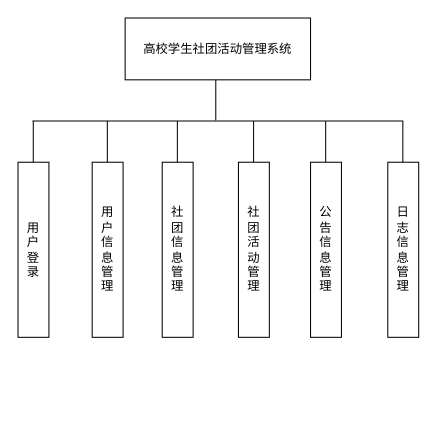
Before: models.drawio in Gonod20s/Voice-Controlled-Robot, a draw.io diagram. Source tidied: cells renumbered, new cells numbered last; positions are measured from the earlier drawing's top-left corner, leaving out a move shared by most shapes. Both pictures are drawn from the tidied source at 103%, with x=0, y=0 at pixel (18, 18).
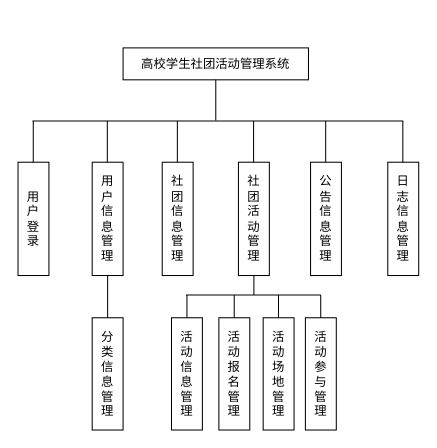
The same diagram, later.

Change to the diagram source:
```diff
@@
     <mxCell id="2" value="高校学生社团活动管理系统" style="rounded=0;whiteSpace=wrap;html=1;" parent="1" vertex="1">
-      <mxGeometry x="104" width="180" height="60" as="geometry" />
+      <mxGeometry x="102" y="29" width="180" height="31" as="geometry" />
     </mxCell>
     <mxCell id="3" value="用&lt;div&gt;户&lt;/div&gt;&lt;div&gt;登&lt;/div&gt;&lt;div&gt;录&lt;/div&gt;" style="rounded=0;whiteSpace=wrap;html=1;" parent="1" vertex="1">
-      <mxGeometry y="140" width="30" height="170" as="geometry" />
+      <mxGeometry y="140" width="30" height="110" as="geometry" />
     </mxCell>
     <mxCell id="4" value="用&lt;div&gt;户&lt;/div&gt;&lt;div&gt;信&lt;/div&gt;&lt;div&gt;息&lt;/div&gt;&lt;div&gt;管&lt;/div&gt;&lt;div&gt;理&lt;/div&gt;" style="rounded=0;whiteSpace=wrap;html=1;" parent="1" vertex="1">
-      <mxGeometry x="72" y="140" width="30" height="170" as="geometry" />
+      <mxGeometry x="72" y="140" width="30" height="110" as="geometry" />
     </mxCell>
     <mxCell id="5" value="&lt;span style=&quot;background-color: transparent;&quot;&gt;社&lt;/span&gt;&lt;div&gt;&lt;span style=&quot;background-color: transparent;&quot;&gt;团&lt;/span&gt;&lt;/div&gt;&lt;div&gt;&lt;span style=&quot;background-color: transparent;&quot;&gt;信&lt;/span&gt;&lt;div&gt;息&lt;/div&gt;&lt;div&gt;管&lt;/div&gt;&lt;div&gt;理&lt;/div&gt;&lt;/div&gt;" style="rounded=0;whiteSpace=wrap;html=1;" parent="1" vertex="1">
-      <mxGeometry x="140" y="140" width="30" height="170" as="geometry" />
+      <mxGeometry x="140" y="140" width="30" height="110" as="geometry" />
     </mxCell>
     <mxCell id="6" value="&lt;span style=&quot;background-color: transparent;&quot;&gt;社&lt;/span&gt;&lt;div&gt;&lt;span style=&quot;background-color: transparent;&quot;&gt;团&lt;/span&gt;&lt;/div&gt;&lt;div&gt;活&lt;/div&gt;&lt;div&gt;动&lt;br&gt;&lt;div&gt;管&lt;/div&gt;&lt;div&gt;理&lt;/div&gt;&lt;/div&gt;" style="rounded=0;whiteSpace=wrap;html=1;" parent="1" vertex="1">
-      <mxGeometry x="214" y="140" width="30" height="170" as="geometry" />
+      <mxGeometry x="214" y="140" width="30" height="110" as="geometry" />
     </mxCell>
     <mxCell id="7" value="&lt;span style=&quot;background-color: transparent;&quot;&gt;公&lt;/span&gt;&lt;div&gt;&lt;span style=&quot;background-color: transparent;&quot;&gt;告&lt;/span&gt;&lt;/div&gt;&lt;div&gt;&lt;span style=&quot;background-color: transparent;&quot;&gt;信&lt;/span&gt;&lt;div&gt;&lt;div&gt;息&lt;/div&gt;&lt;div&gt;管&lt;/div&gt;&lt;div&gt;理&lt;/div&gt;&lt;/div&gt;&lt;/div&gt;" style="rounded=0;whiteSpace=wrap;html=1;" parent="1" vertex="1">
-      <mxGeometry x="284" y="140" width="30" height="170" as="geometry" />
+      <mxGeometry x="284" y="140" width="30" height="110" as="geometry" />
     </mxCell>
     <mxCell id="8" value="&lt;span style=&quot;background-color: transparent;&quot;&gt;日&lt;/span&gt;&lt;div&gt;&lt;span style=&quot;background-color: transparent;&quot;&gt;志&lt;/span&gt;&lt;/div&gt;&lt;div&gt;&lt;span style=&quot;background-color: transparent;&quot;&gt;信&lt;/span&gt;&lt;div&gt;&lt;div&gt;&lt;div&gt;息&lt;/div&gt;&lt;div&gt;管&lt;/div&gt;&lt;div&gt;理&lt;/div&gt;&lt;/div&gt;&lt;/div&gt;&lt;/div&gt;" style="rounded=0;whiteSpace=wrap;html=1;" parent="1" vertex="1">
-      <mxGeometry x="359" y="140" width="30" height="170" as="geometry" />
+      <mxGeometry x="359" y="140" width="30" height="110" as="geometry" />
     </mxCell>
@@
+    <mxCell id="17" value="&lt;span style=&quot;background-color: transparent;&quot;&gt;活&lt;/span&gt;&lt;div&gt;动&lt;br&gt;&lt;div&gt;信&lt;/div&gt;&lt;div&gt;息&lt;/div&gt;&lt;div&gt;管&lt;/div&gt;&lt;div&gt;理&lt;/div&gt;&lt;/div&gt;" style="rounded=0;whiteSpace=wrap;html=1;" parent="1" vertex="1">
+      <mxGeometry x="149" y="291" width="30" height="109" as="geometry" />
+    </mxCell>
+    <mxCell id="18" value="&lt;span style=&quot;background-color: transparent;&quot;&gt;活&lt;/span&gt;&lt;div&gt;动&lt;br&gt;&lt;div&gt;&lt;span style=&quot;background-color: transparent;&quot;&gt;报&lt;/span&gt;&lt;/div&gt;&lt;div&gt;&lt;span style=&quot;background-color: transparent;&quot;&gt;名&lt;/span&gt;&lt;/div&gt;&lt;div&gt;&lt;span style=&quot;background-color: transparent;&quot;&gt;管&lt;/span&gt;&lt;/div&gt;&lt;div&gt;理&lt;/div&gt;&lt;/div&gt;" style="rounded=0;whiteSpace=wrap;html=1;" parent="1" vertex="1">
+      <mxGeometry x="195" y="291" width="30" height="109" as="geometry" />
+    </mxCell>
+    <mxCell id="19" value="&lt;span style=&quot;background-color: transparent;&quot;&gt;活&lt;/span&gt;&lt;div&gt;动&lt;br&gt;&lt;div&gt;场&lt;/div&gt;&lt;div&gt;地&lt;/div&gt;&lt;div&gt;&lt;span style=&quot;background-color: transparent;&quot;&gt;管&lt;/span&gt;&lt;/div&gt;&lt;div&gt;理&lt;/div&gt;&lt;/div&gt;" style="rounded=0;whiteSpace=wrap;html=1;" parent="1" vertex="1">
+      <mxGeometry x="238" y="291" width="30" height="109" as="geometry" />
+    </mxCell>
+    <mxCell id="20" value="&lt;span style=&quot;background-color: transparent;&quot;&gt;活&lt;/span&gt;&lt;div&gt;动&lt;br&gt;&lt;div&gt;参&lt;/div&gt;&lt;div&gt;与&lt;/div&gt;&lt;div&gt;&lt;span style=&quot;background-color: transparent;&quot;&gt;管&lt;/span&gt;&lt;/div&gt;&lt;div&gt;理&lt;/div&gt;&lt;/div&gt;" style="rounded=0;whiteSpace=wrap;html=1;" parent="1" vertex="1">
+      <mxGeometry x="279" y="291" width="30" height="109" as="geometry" />
+    </mxCell>
+    <mxCell id="21" style="endArrow=none;html=1;rounded=0;entryX=0.5;entryY=1;entryDx=0;entryDy=0;" parent="1" edge="1" target="6">
+      <mxGeometry relative="1" as="geometry">
+        <mxPoint x="229" y="269" as="sourcePoint" />
+      </mxGeometry>
+    </mxCell>
+    <mxCell id="22" style="endArrow=none;html=1;rounded=0;entryX=0.5;entryY=0;entryDx=0;entryDy=0;" parent="1" edge="1">
+      <mxGeometry relative="1" as="geometry">
+        <mxPoint x="163" y="269" as="sourcePoint" />
+        <mxPoint x="294" y="269" as="targetPoint" />
+      </mxGeometry>
+    </mxCell>
+    <mxCell id="23" style="endArrow=none;html=1;rounded=0;exitX=0.5;exitY=0;exitDx=0;exitDy=0;" parent="1" edge="1" source="17">
+      <mxGeometry relative="1" as="geometry">
+        <mxPoint x="164" y="269" as="targetPoint" />
+      </mxGeometry>
+    </mxCell>
+    <mxCell id="24" style="endArrow=none;html=1;rounded=0;exitX=0.5;exitY=0;exitDx=0;exitDy=0;" parent="1" edge="1">
+      <mxGeometry relative="1" as="geometry">
+        <mxPoint x="209.9" y="291" as="sourcePoint" />
+        <mxPoint x="209.9" y="269" as="targetPoint" />
+      </mxGeometry>
+    </mxCell>
+    <mxCell id="25" style="endArrow=none;html=1;rounded=0;exitX=0.5;exitY=0;exitDx=0;exitDy=0;" parent="1" edge="1">
+      <mxGeometry relative="1" as="geometry">
+        <mxPoint x="252.9" y="291" as="sourcePoint" />
+        <mxPoint x="252.9" y="269" as="targetPoint" />
+      </mxGeometry>
+    </mxCell>
+    <mxCell id="26" style="endArrow=none;html=1;rounded=0;exitX=0.5;exitY=0;exitDx=0;exitDy=0;" parent="1" edge="1">
+      <mxGeometry relative="1" as="geometry">
+        <mxPoint x="293.9" y="291" as="sourcePoint" />
+        <mxPoint x="293.9" y="269" as="targetPoint" />
+      </mxGeometry>
+    </mxCell>
+    <mxCell id="27" value="&lt;span style=&quot;background-color: transparent;&quot;&gt;分&lt;/span&gt;&lt;div&gt;&lt;span style=&quot;background-color: transparent;&quot;&gt;类&lt;/span&gt;&lt;/div&gt;&lt;div&gt;&lt;span style=&quot;background-color: transparent;&quot;&gt;信&lt;/span&gt;&lt;div&gt;&lt;div&gt;息&lt;/div&gt;&lt;div&gt;管&lt;/div&gt;&lt;div&gt;理&lt;/div&gt;&lt;/div&gt;&lt;/div&gt;" style="rounded=0;whiteSpace=wrap;html=1;" parent="1" vertex="1">
+      <mxGeometry x="72" y="291" width="30" height="109" as="geometry" />
+    </mxCell>
+    <mxCell id="28" style="endArrow=none;html=1;rounded=0;exitX=0.5;exitY=0;exitDx=0;exitDy=0;entryX=0.5;entryY=1;entryDx=0;entryDy=0;" parent="1" edge="1" source="27" target="4">
+      <mxGeometry relative="1" as="geometry" />
+    </mxCell>
```
